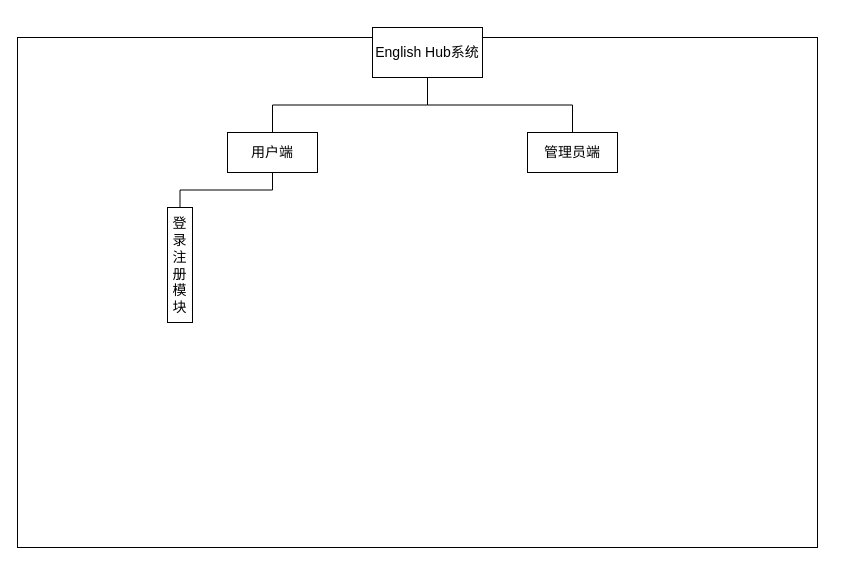
6Yolo6/GraduationDesign keeps this draw.io diagram as 系统需求分析框架.drawio. Above is the earlier version. Source tidied: cells renumbered, new cells numbered last; positions are measured from the earlier drawing's top-left corner, leaving out a move shared by most shapes. Both pictures are drawn from the tidied source at 100%, with x=0, y=0 at pixel (17, 27).
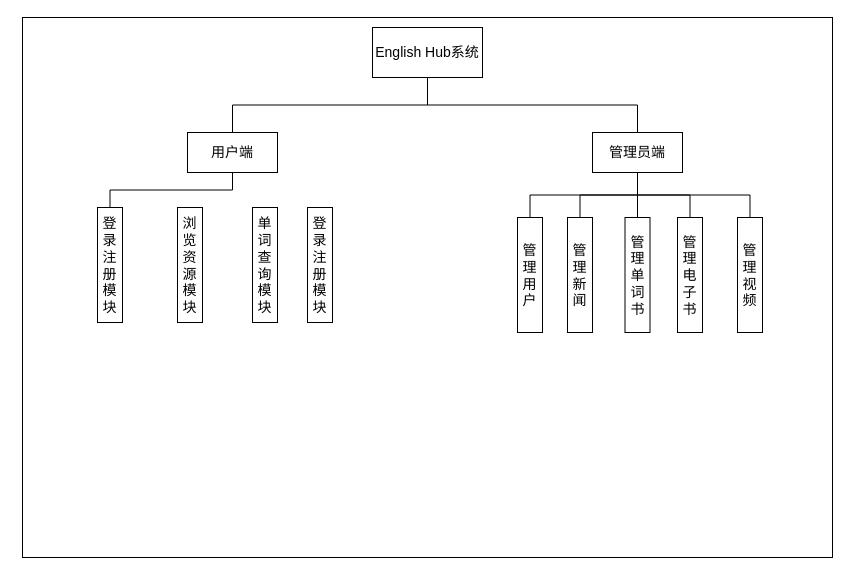
Above is the later version.

Commit message:
更新系统需求分析框架.drawio

The edit, as a diff of the source:
```diff
@@
     <mxCell id="2" style="rounded=0;whiteSpace=wrap;html=1;" parent="1" vertex="1">
-      <mxGeometry y="10" width="800" height="510" as="geometry" />
+      <mxGeometry x="5" y="-10" width="810" height="540" as="geometry" />
     </mxCell>
@@
     <mxCell id="4" value="用户端" style="rounded=0;whiteSpace=wrap;html=1;fontSize=14;" parent="1" vertex="1">
-      <mxGeometry x="210" y="105" width="90" height="40" as="geometry" />
+      <mxGeometry x="170" y="105" width="90" height="40" as="geometry" />
     </mxCell>
     <mxCell id="5" value="管理员端" style="rounded=0;whiteSpace=wrap;html=1;fontSize=14;" parent="1" vertex="1">
-      <mxGeometry x="510" y="105" width="90" height="40" as="geometry" />
+      <mxGeometry x="575" y="105" width="90" height="40" as="geometry" />
     </mxCell>
     <mxCell id="6" value="登录注册模块" style="rounded=0;whiteSpace=wrap;html=1;fontSize=14;direction=south;" parent="1" vertex="1">
-      <mxGeometry x="150" y="180" width="25" height="115" as="geometry" />
+      <mxGeometry x="80" y="180" width="25" height="115" as="geometry" />
     </mxCell>
@@
+    <mxCell id="10" value="浏览资源模块" style="rounded=0;whiteSpace=wrap;html=1;fontSize=14;direction=south;" parent="1" vertex="1">
+      <mxGeometry x="160" y="180" width="25" height="115" as="geometry" />
+    </mxCell>
+    <mxCell id="11" value="管理用户" style="rounded=0;whiteSpace=wrap;html=1;fontSize=14;direction=south;" parent="1" vertex="1">
+      <mxGeometry x="500" y="190" width="25" height="115" as="geometry" />
+    </mxCell>
+    <mxCell id="12" value="管理新闻" style="rounded=0;whiteSpace=wrap;html=1;fontSize=14;direction=south;" parent="1" vertex="1">
+      <mxGeometry x="550" y="190" width="25" height="115" as="geometry" />
+    </mxCell>
+    <mxCell id="13" value="管理单词书" style="rounded=0;whiteSpace=wrap;html=1;fontSize=14;direction=south;" parent="1" vertex="1">
+      <mxGeometry x="607.5" y="190" width="25" height="115" as="geometry" />
+    </mxCell>
+    <mxCell id="14" value="管理电子书" style="rounded=0;whiteSpace=wrap;html=1;fontSize=14;direction=south;" parent="1" vertex="1">
+      <mxGeometry x="660" y="190" width="25" height="115" as="geometry" />
+    </mxCell>
+    <mxCell id="15" value="管理视频" style="rounded=0;whiteSpace=wrap;html=1;fontSize=14;direction=south;" parent="1" vertex="1">
+      <mxGeometry x="720" y="190" width="25" height="115" as="geometry" />
+    </mxCell>
+    <mxCell id="16" style="endArrow=none;html=1;rounded=0;entryX=0.5;entryY=1;entryDx=0;entryDy=0;exitX=0;exitY=0.5;exitDx=0;exitDy=0;edgeStyle=orthogonalEdgeStyle;" parent="1" edge="1" source="13" target="5">
+      <mxGeometry relative="1" as="geometry" />
+    </mxCell>
+    <mxCell id="17" style="endArrow=none;html=1;rounded=0;entryX=0.5;entryY=1;entryDx=0;entryDy=0;exitX=0;exitY=0.5;exitDx=0;exitDy=0;edgeStyle=orthogonalEdgeStyle;" parent="1" edge="1" source="11" target="5">
+      <mxGeometry relative="1" as="geometry" />
+    </mxCell>
+    <mxCell id="18" style="endArrow=none;html=1;rounded=0;entryX=0.5;entryY=1;entryDx=0;entryDy=0;exitX=0;exitY=0.5;exitDx=0;exitDy=0;edgeStyle=orthogonalEdgeStyle;" parent="1" edge="1" source="12" target="5">
+      <mxGeometry relative="1" as="geometry" />
+    </mxCell>
+    <mxCell id="19" style="endArrow=none;html=1;rounded=0;entryX=0.5;entryY=1;entryDx=0;entryDy=0;exitX=0;exitY=0.5;exitDx=0;exitDy=0;edgeStyle=orthogonalEdgeStyle;" parent="1" edge="1" source="14" target="5">
+      <mxGeometry relative="1" as="geometry" />
+    </mxCell>
+    <mxCell id="20" style="endArrow=none;html=1;rounded=0;entryX=0.5;entryY=1;entryDx=0;entryDy=0;exitX=0;exitY=0.5;exitDx=0;exitDy=0;edgeStyle=orthogonalEdgeStyle;" parent="1" edge="1" source="15" target="5">
+      <mxGeometry relative="1" as="geometry" />
+    </mxCell>
+    <mxCell id="21" value="单词查询模块" style="rounded=0;whiteSpace=wrap;html=1;fontSize=14;direction=south;" parent="1" vertex="1">
+      <mxGeometry x="235" y="180" width="25" height="115" as="geometry" />
+    </mxCell>
+    <mxCell id="22" value="登录注册模块" style="rounded=0;whiteSpace=wrap;html=1;fontSize=14;direction=south;" parent="1" vertex="1">
+      <mxGeometry x="290" y="180" width="25" height="115" as="geometry" />
+    </mxCell>
```
